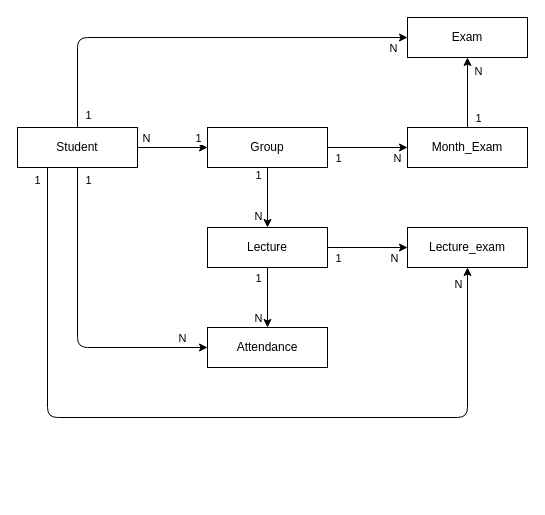
Earlier version of the draw.io diagram backend/classDiagram.drawio (AhmedNagehAbdelrazek/SMS---Desktop). Source tidied: cells renumbered, new cells numbered last; positions are measured from the earlier drawing's top-left corner, leaving out a move shared by most shapes. Both pictures are drawn from the tidied source at 100%, with x=0, y=0 at pixel (17, 17).
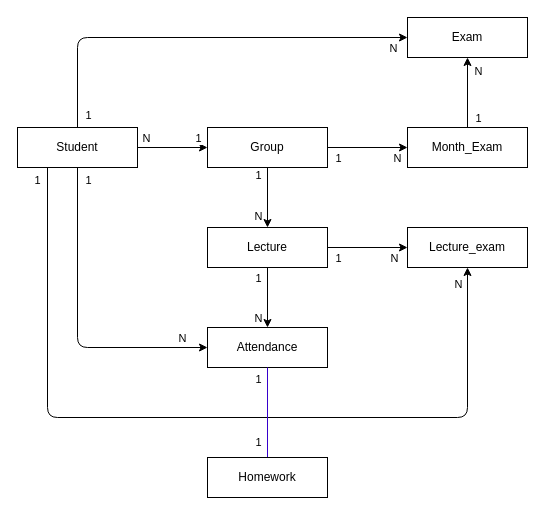
The same diagram, later.

Unchanged cells that the change refers to:
```xml
<mxCell id="29" value="Attendance" style="rounded=0;whiteSpace=wrap;html=1;" parent="1" vertex="1">
  <mxGeometry x="190" y="310" width="120" height="40" as="geometry" />
</mxCell>
```

The edit, as a diff of the source:
```diff
@@
+    <mxCell id="36" style="edgeStyle=none;html=1;entryX=0.5;entryY=1;entryDx=0;entryDy=0;endArrow=none;endFill=0;startArrow=none;startFill=0;exitX=0.5;exitY=0;exitDx=0;exitDy=0;fillColor=#6a00ff;strokeColor=#3700CC;" parent="1" edge="1" source="39" target="29">
+      <mxGeometry relative="1" as="geometry" />
+    </mxCell>
+    <mxCell id="37" value="1" style="edgeLabel;html=1;align=center;verticalAlign=middle;" parent="36" vertex="1">
+      <mxGeometry x="-0.65" y="2" relative="1" as="geometry">
+        <mxPoint x="-8" as="offset" />
+      </mxGeometry>
+    </mxCell>
+    <mxCell id="38" value="1" style="edgeLabel;html=1;align=center;verticalAlign=middle;" parent="36" vertex="1">
+      <mxGeometry x="0.83" y="3" relative="1" as="geometry">
+        <mxPoint x="-7" y="3" as="offset" />
+      </mxGeometry>
+    </mxCell>
+    <mxCell id="39" value="Homework" style="rounded=0;whiteSpace=wrap;html=1;" parent="1" vertex="1">
+      <mxGeometry x="190" y="440" width="120" height="40" as="geometry" />
+    </mxCell>
```
